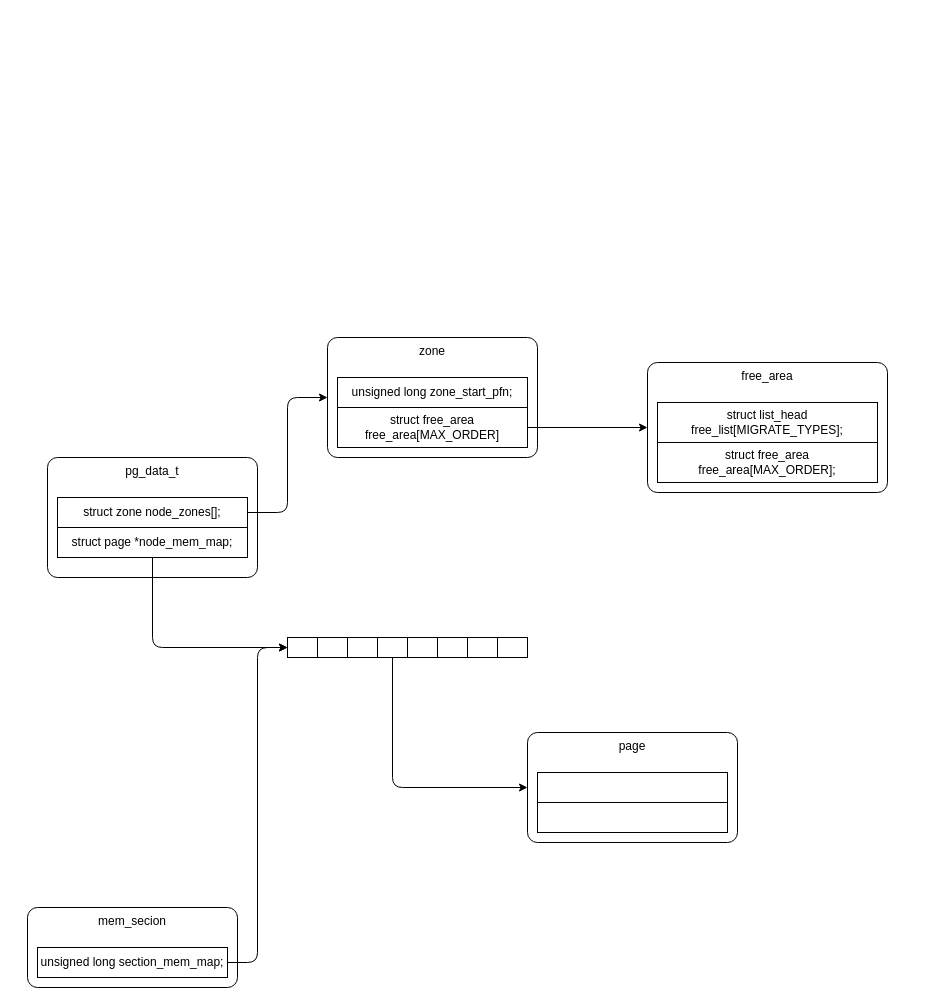
Above: page "物理内存管理" (1 of 3) of linux-memory-manage.drawio in Aspiresky/draw.io (draw.io), before the change. Source tidied: cells renumbered, new cells numbered last; positions are measured from the earlier drawing's top-left corner, leaving out a move shared by most shapes. Both pictures are drawn from the tidied source at 100%, with x=0, y=0 at pixel (27, 337).
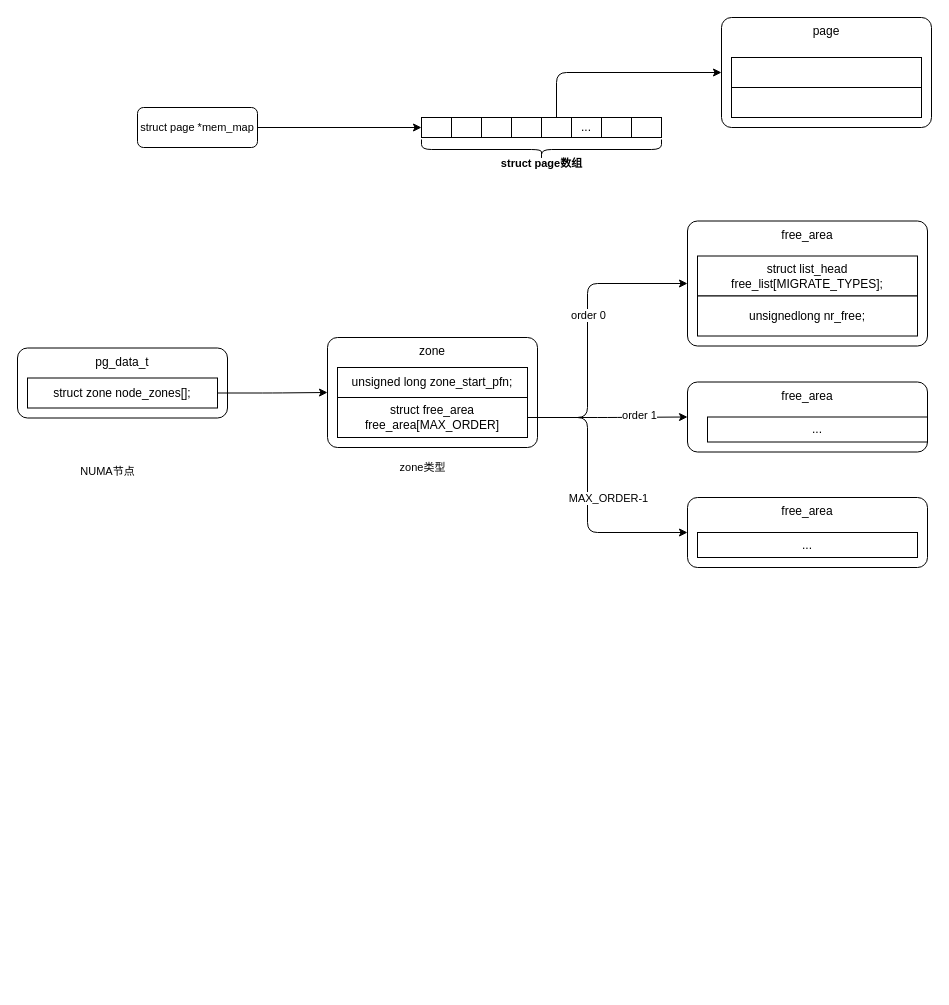
The same page after the edit.

What changed in the source:
```diff
@@
     <mxCell id="2" value="pg_data_t" style="rounded=1;whiteSpace=wrap;html=1;verticalAlign=top;absoluteArcSize=1;" parent="1" vertex="1">
-      <mxGeometry x="20" y="120" width="210" height="120" as="geometry" />
+      <mxGeometry x="-10" y="10.5" width="210" height="70" as="geometry" />
     </mxCell>
@@
     <mxCell id="4" value="struct zone node_zones[];" style="rounded=0;whiteSpace=wrap;html=1;" parent="1" vertex="1">
-      <mxGeometry x="30" y="160" width="190" height="30" as="geometry" />
+      <mxGeometry y="40.5" width="190" height="30" as="geometry" />
     </mxCell>
     <mxCell id="5" value="zone" style="rounded=1;whiteSpace=wrap;html=1;verticalAlign=top;absoluteArcSize=1;" parent="1" vertex="1">
-      <mxGeometry x="300" width="210" height="120" as="geometry" />
+      <mxGeometry x="300" width="210" height="110" as="geometry" />
     </mxCell>
     <mxCell id="6" value="unsigned long zone_start_pfn;" style="rounded=0;whiteSpace=wrap;html=1;" parent="1" vertex="1">
-      <mxGeometry x="310" y="40" width="190" height="30" as="geometry" />
+      <mxGeometry x="310" y="30" width="190" height="30" as="geometry" />
     </mxCell>
     <mxCell id="7" style="edgeStyle=orthogonalEdgeStyle;rounded=1;jettySize=auto;html=1;exitX=1;exitY=0.5;exitDx=0;exitDy=0;entryX=0;entryY=0.5;entryDx=0;entryDy=0;curved=0;" parent="1" edge="1" source="8" target="14">
-      <mxGeometry relative="1" as="geometry" />
+      <mxGeometry relative="1" as="geometry">
+        <Array as="points">
+          <mxPoint x="560" y="80" />
+          <mxPoint x="560" y="-54" />
+        </Array>
+      </mxGeometry>
     </mxCell>
+    <mxCell id="29" value="order 0" style="edgeLabel;html=1;align=center;verticalAlign=middle;fontSize=11;fontFamily=Helvetica;fontColor=default;" parent="7" vertex="1">
+      <mxGeometry x="-0.2" y="1" relative="1" as="geometry">
+        <mxPoint x="1" y="-45" as="offset" />
+      </mxGeometry>
+    </mxCell>
+    <mxCell id="30" style="edgeStyle=orthogonalEdgeStyle;shape=connector;curved=0;rounded=1;jettySize=auto;html=1;exitX=1;exitY=0.5;exitDx=0;exitDy=0;entryX=0;entryY=0.5;entryDx=0;entryDy=0;labelBackgroundColor=default;strokeColor=default;align=center;verticalAlign=middle;fontFamily=Helvetica;fontSize=11;fontColor=default;endArrow=classic;" parent="1" edge="1" source="8" target="36">
+      <mxGeometry relative="1" as="geometry" />
+    </mxCell>
+    <mxCell id="31" value="order 1" style="edgeLabel;html=1;align=center;verticalAlign=middle;fontSize=11;fontFamily=Helvetica;fontColor=default;" parent="30" vertex="1">
+      <mxGeometry x="0.4" y="3" relative="1" as="geometry">
+        <mxPoint y="1" as="offset" />
+      </mxGeometry>
+    </mxCell>
+    <mxCell id="32" style="edgeStyle=orthogonalEdgeStyle;shape=connector;curved=0;rounded=1;jettySize=auto;html=1;exitX=1;exitY=0.5;exitDx=0;exitDy=0;entryX=0;entryY=0.5;entryDx=0;entryDy=0;labelBackgroundColor=default;strokeColor=default;align=center;verticalAlign=middle;fontFamily=Helvetica;fontSize=11;fontColor=default;endArrow=classic;" parent="1" edge="1" source="8" target="38">
+      <mxGeometry relative="1" as="geometry">
+        <Array as="points">
+          <mxPoint x="560" y="80" />
+          <mxPoint x="560" y="195" />
+        </Array>
+      </mxGeometry>
+    </mxCell>
+    <mxCell id="33" value="MAX_ORDER-1" style="edgeLabel;html=1;align=center;verticalAlign=middle;fontSize=11;fontFamily=Helvetica;fontColor=default;" parent="32" vertex="1">
+      <mxGeometry x="0.6" y="3" relative="1" as="geometry">
+        <mxPoint x="-25" y="-32" as="offset" />
+      </mxGeometry>
+    </mxCell>
     <mxCell id="8" value="struct free_area free_area[MAX_ORDER]" style="rounded=0;whiteSpace=wrap;html=1;" parent="1" vertex="1">
-      <mxGeometry x="310" y="70" width="190" height="40" as="geometry" />
+      <mxGeometry x="310" y="60" width="190" height="40" as="geometry" />
     </mxCell>
-    <mxCell id="9" style="edgeStyle=orthogonalEdgeStyle;rounded=1;jettySize=auto;html=1;exitX=0.5;exitY=1;exitDx=0;exitDy=0;entryX=0;entryY=0.5;entryDx=0;entryDy=0;curved=0;" parent="1" edge="1" source="10" target="20">
-      <mxGeometry relative="1" as="geometry" />
-    </mxCell>
-    <mxCell id="10" value="struct page *node_mem_map;" style="rounded=0;whiteSpace=wrap;html=1;" parent="1" vertex="1">
-      <mxGeometry x="30" y="190" width="190" height="30" as="geometry" />
-    </mxCell>
     <mxCell id="11" value="page" style="rounded=1;whiteSpace=wrap;html=1;verticalAlign=top;absoluteArcSize=1;" parent="1" vertex="1">
-      <mxGeometry x="500" y="395" width="210" height="110" as="geometry" />
+      <mxGeometry x="694" y="-320" width="210" height="110" as="geometry" />
     </mxCell>
     <mxCell id="12" style="rounded=0;whiteSpace=wrap;html=1;" parent="1" vertex="1">
-      <mxGeometry x="510" y="435" width="190" height="30" as="geometry" />
+      <mxGeometry x="704" y="-280" width="190" height="30" as="geometry" />
     </mxCell>
     <mxCell id="13" style="rounded=0;whiteSpace=wrap;html=1;" parent="1" vertex="1">
-      <mxGeometry x="510" y="465" width="190" height="30" as="geometry" />
+      <mxGeometry x="704" y="-250" width="190" height="30" as="geometry" />
     </mxCell>
     <mxCell id="14" value="free_area" style="rounded=1;whiteSpace=wrap;html=1;verticalAlign=top;absoluteArcSize=1;" parent="1" vertex="1">
-      <mxGeometry x="620" y="25" width="240" height="130" as="geometry" />
+      <mxGeometry x="660" y="-116.5" width="240" height="125" as="geometry" />
     </mxCell>
     <mxCell id="15" value="struct list_head free_list[MIGRATE_TYPES];" style="rounded=0;whiteSpace=wrap;html=1;" parent="1" vertex="1">
-      <mxGeometry x="630" y="65" width="220" height="40" as="geometry" />
+      <mxGeometry x="670" y="-81.5" width="220" height="40" as="geometry" />
     </mxCell>
-    <mxCell id="16" value="struct free_area free_area[MAX_ORDER];" style="rounded=0;whiteSpace=wrap;html=1;" parent="1" vertex="1">
-      <mxGeometry x="630" y="105" width="220" height="40" as="geometry" />
+    <mxCell id="16" value="unsignedlong nr_free;" style="rounded=0;whiteSpace=wrap;html=1;" parent="1" vertex="1">
+      <mxGeometry x="670" y="-41.5" width="220" height="40" as="geometry" />
     </mxCell>
-    <mxCell id="17" value="mem_secion" style="rounded=1;whiteSpace=wrap;html=1;verticalAlign=top;absoluteArcSize=1;" parent="1" vertex="1">
-      <mxGeometry y="570" width="210" height="80" as="geometry" />
-    </mxCell>
-    <mxCell id="18" style="edgeStyle=orthogonalEdgeStyle;rounded=1;jettySize=auto;html=1;exitX=1;exitY=0.5;exitDx=0;exitDy=0;entryX=0;entryY=0.5;entryDx=0;entryDy=0;curved=0;" parent="1" edge="1" source="19" target="20">
-      <mxGeometry relative="1" as="geometry" />
-    </mxCell>
-    <mxCell id="19" value="unsigned long section_mem_map;" style="rounded=0;whiteSpace=wrap;html=1;" parent="1" vertex="1">
-      <mxGeometry x="10" y="610" width="190" height="30" as="geometry" />
-    </mxCell>
     <mxCell id="20" style="rounded=0;whiteSpace=wrap;html=1;" parent="1" vertex="1">
-      <mxGeometry x="260" y="300" width="30" height="20" as="geometry" />
+      <mxGeometry x="394" y="-220" width="30" height="20" as="geometry" />
     </mxCell>
     <mxCell id="21" style="rounded=0;whiteSpace=wrap;html=1;" parent="1" vertex="1">
-      <mxGeometry x="290" y="300" width="30" height="20" as="geometry" />
+      <mxGeometry x="424" y="-220" width="30" height="20" as="geometry" />
     </mxCell>
-    <mxCell id="22" style="edgeStyle=orthogonalEdgeStyle;rounded=1;jettySize=auto;html=1;exitX=0.5;exitY=1;exitDx=0;exitDy=0;entryX=0;entryY=0.5;entryDx=0;entryDy=0;curved=0;" parent="1" edge="1" source="24" target="11">
+    <mxCell id="22" style="edgeStyle=orthogonalEdgeStyle;rounded=1;jettySize=auto;html=1;exitX=0.5;exitY=0;exitDx=0;exitDy=0;entryX=0;entryY=0.5;entryDx=0;entryDy=0;curved=0;" parent="1" edge="1" source="25" target="11">
       <mxGeometry relative="1" as="geometry" />
     </mxCell>
     <mxCell id="23" style="rounded=0;whiteSpace=wrap;html=1;" parent="1" vertex="1">
-      <mxGeometry x="320" y="300" width="30" height="20" as="geometry" />
+      <mxGeometry x="454" y="-220" width="30" height="20" as="geometry" />
     </mxCell>
     <mxCell id="24" style="rounded=0;whiteSpace=wrap;html=1;" parent="1" vertex="1">
-      <mxGeometry x="350" y="300" width="30" height="20" as="geometry" />
+      <mxGeometry x="484" y="-220" width="30" height="20" as="geometry" />
     </mxCell>
     <mxCell id="25" style="rounded=0;whiteSpace=wrap;html=1;" parent="1" vertex="1">
-      <mxGeometry x="380" y="300" width="30" height="20" as="geometry" />
+      <mxGeometry x="514" y="-220" width="30" height="20" as="geometry" />
     </mxCell>
-    <mxCell id="26" style="rounded=0;whiteSpace=wrap;html=1;" parent="1" vertex="1">
-      <mxGeometry x="410" y="300" width="30" height="20" as="geometry" />
+    <mxCell id="26" value="..." style="rounded=0;whiteSpace=wrap;html=1;" parent="1" vertex="1">
+      <mxGeometry x="544" y="-220" width="30" height="20" as="geometry" />
     </mxCell>
     <mxCell id="27" style="rounded=0;whiteSpace=wrap;html=1;" parent="1" vertex="1">
-      <mxGeometry x="440" y="300" width="30" height="20" as="geometry" />
+      <mxGeometry x="574" y="-220" width="30" height="20" as="geometry" />
     </mxCell>
     <mxCell id="28" style="rounded=0;whiteSpace=wrap;html=1;" parent="1" vertex="1">
-      <mxGeometry x="470" y="300" width="30" height="20" as="geometry" />
+      <mxGeometry x="604" y="-220" width="30" height="20" as="geometry" />
     </mxCell>
+    <mxCell id="34" style="shape=curlyBracket;whiteSpace=wrap;html=1;rounded=1;flipH=1;labelPosition=right;verticalLabelPosition=middle;align=left;verticalAlign=middle;fontFamily=Helvetica;fontSize=11;fontColor=default;direction=north;" parent="1" vertex="1">
+      <mxGeometry x="394" y="-198" width="240" height="20" as="geometry" />
+    </mxCell>
+    <mxCell id="35" value="struct page数组" style="text;html=1;align=center;verticalAlign=middle;strokeColor=none;fillColor=none;fontSize=11;fontFamily=Helvetica;fontColor=default;fontStyle=1;" parent="1" vertex="1">
+      <mxGeometry x="464" y="-189" width="100" height="30" as="geometry" />
+    </mxCell>
+    <mxCell id="36" value="free_area" style="rounded=1;whiteSpace=wrap;html=1;verticalAlign=top;absoluteArcSize=1;" parent="1" vertex="1">
+      <mxGeometry x="660" y="44.5" width="240" height="70" as="geometry" />
+    </mxCell>
+    <mxCell id="37" value="..." style="rounded=0;whiteSpace=wrap;html=1;" parent="1" vertex="1">
+      <mxGeometry x="680" y="79.5" width="220" height="25" as="geometry" />
+    </mxCell>
+    <mxCell id="38" value="free_area" style="rounded=1;whiteSpace=wrap;html=1;verticalAlign=top;absoluteArcSize=1;" parent="1" vertex="1">
+      <mxGeometry x="660" y="160" width="240" height="70" as="geometry" />
+    </mxCell>
+    <mxCell id="39" value="..." style="rounded=0;whiteSpace=wrap;html=1;" parent="1" vertex="1">
+      <mxGeometry x="670" y="195" width="220" height="25" as="geometry" />
+    </mxCell>
+    <mxCell id="40" value="zone类型" style="text;html=1;align=center;verticalAlign=middle;strokeColor=none;fillColor=none;fontSize=11;fontFamily=Helvetica;fontColor=default;" parent="1" vertex="1">
+      <mxGeometry x="360" y="114.5" width="70" height="30" as="geometry" />
+    </mxCell>
+    <mxCell id="41" value="NUMA节点" style="text;html=1;align=center;verticalAlign=middle;strokeColor=none;fillColor=none;fontSize=11;fontFamily=Helvetica;fontColor=default;" parent="1" vertex="1">
+      <mxGeometry x="40" y="118.5" width="80" height="30" as="geometry" />
+    </mxCell>
+    <mxCell id="42" style="edgeStyle=orthogonalEdgeStyle;shape=connector;curved=0;rounded=1;jettySize=auto;html=1;exitX=1;exitY=0.5;exitDx=0;exitDy=0;entryX=0;entryY=0.5;entryDx=0;entryDy=0;labelBackgroundColor=default;strokeColor=default;align=center;verticalAlign=middle;fontFamily=Helvetica;fontSize=11;fontColor=default;endArrow=classic;" parent="1" edge="1" source="43" target="20">
+      <mxGeometry relative="1" as="geometry" />
+    </mxCell>
+    <mxCell id="43" value="struct page *mem_map" style="rounded=1;whiteSpace=wrap;html=1;fontFamily=Helvetica;fontSize=11;fontColor=default;" parent="1" vertex="1">
+      <mxGeometry x="110" y="-230" width="120" height="40" as="geometry" />
+    </mxCell>
```
